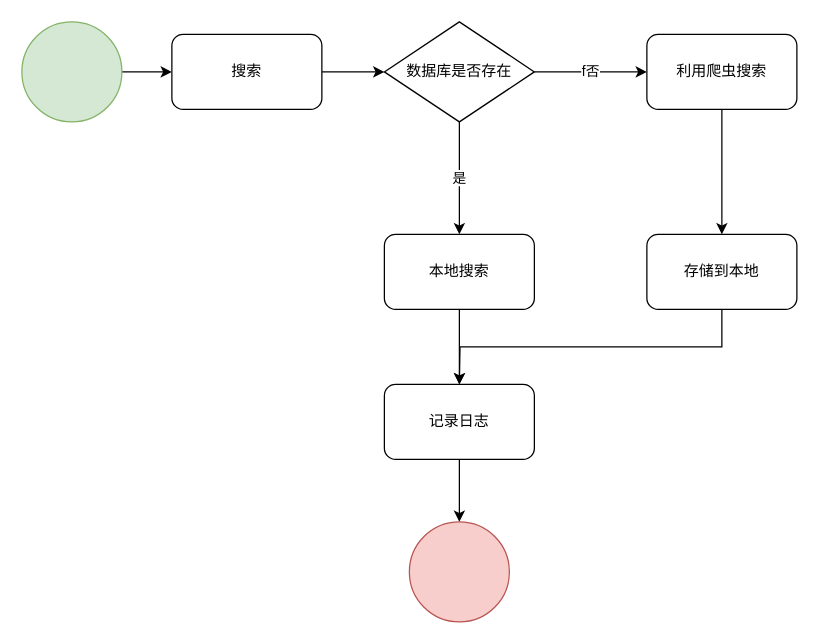
Above: 垃圾分类.drawio in redcomet88/DRAW (draw.io), before the change. Source tidied: cells renumbered, new cells numbered last; positions are measured from the earlier drawing's top-left corner, leaving out a move shared by most shapes. Both pictures are drawn from the tidied source at 125%, with x=0, y=0 at pixel (21, 21).
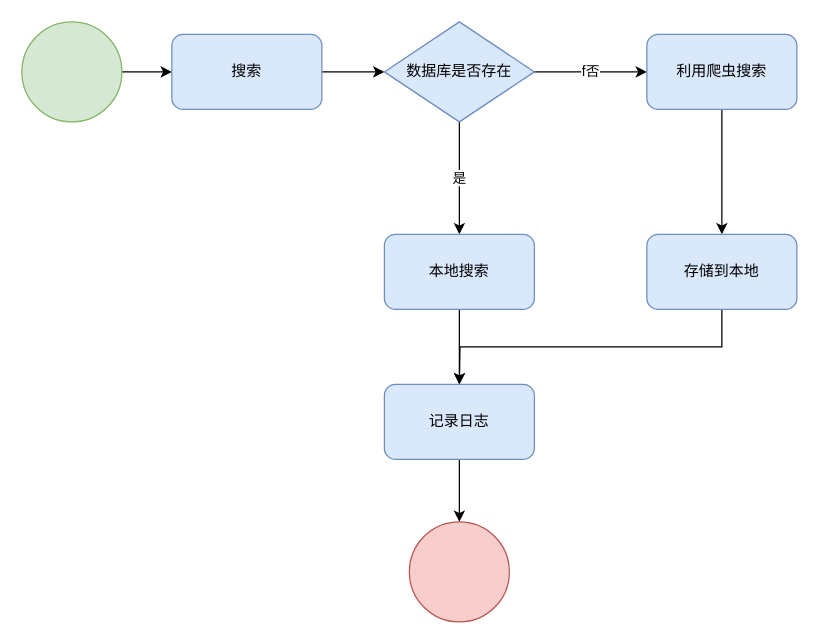
Above is the later version.

Diff of the diagram source:
```diff
@@
 <mxGraphModel>
   <root>
     <mxCell id="0" />
     <mxCell id="1" parent="0" />
     <mxCell id="2" style="edgeStyle=orthogonalEdgeStyle;rounded=0;jettySize=auto;html=1;" parent="1" edge="1" source="3" target="6">
       <mxGeometry relative="1" as="geometry" />
     </mxCell>
-    <mxCell id="3" value="搜索" style="rounded=1;whiteSpace=wrap;html=1;" parent="1" vertex="1">
+    <mxCell id="3" value="搜索" style="rounded=1;whiteSpace=wrap;html=1;fillColor=#dae8fc;strokeColor=#6c8ebf;" parent="1" vertex="1">
       <mxGeometry x="120" y="10" width="120" height="60" as="geometry" />
     </mxCell>
     <mxCell id="4" value="是" style="edgeStyle=orthogonalEdgeStyle;rounded=0;jettySize=auto;html=1;" parent="1" edge="1" source="6" target="8">
       <mxGeometry relative="1" as="geometry" />
     </mxCell>
     <mxCell id="5" value="f否" style="edgeStyle=orthogonalEdgeStyle;rounded=0;jettySize=auto;html=1;exitX=1;exitY=0.5;exitDx=0;exitDy=0;" parent="1" edge="1" source="6" target="10">
       <mxGeometry relative="1" as="geometry" />
     </mxCell>
-    <mxCell id="6" value="数据库是否存在" style="rhombus;whiteSpace=wrap;html=1;" parent="1" vertex="1">
+    <mxCell id="6" value="数据库是否存在" style="rhombus;whiteSpace=wrap;html=1;fillColor=#dae8fc;strokeColor=#6c8ebf;" parent="1" vertex="1">
       <mxGeometry x="290" width="120" height="80" as="geometry" />
     </mxCell>
     <mxCell id="7" style="edgeStyle=orthogonalEdgeStyle;rounded=0;jettySize=auto;html=1;" parent="1" edge="1" source="8" target="12">
       <mxGeometry relative="1" as="geometry" />
     </mxCell>
-    <mxCell id="8" value="本地搜索" style="rounded=1;whiteSpace=wrap;html=1;" parent="1" vertex="1">
+    <mxCell id="8" value="本地搜索" style="rounded=1;whiteSpace=wrap;html=1;fillColor=#dae8fc;strokeColor=#6c8ebf;" parent="1" vertex="1">
       <mxGeometry x="290" y="170" width="120" height="60" as="geometry" />
     </mxCell>
     <mxCell id="9" style="edgeStyle=orthogonalEdgeStyle;rounded=0;jettySize=auto;html=1;exitX=0.5;exitY=1;exitDx=0;exitDy=0;entryX=0.5;entryY=0;entryDx=0;entryDy=0;" parent="1" edge="1" source="10" target="16">
       <mxGeometry relative="1" as="geometry" />
     </mxCell>
-    <mxCell id="10" value="利用爬虫搜索" style="rounded=1;whiteSpace=wrap;html=1;" parent="1" vertex="1">
+    <mxCell id="10" value="利用爬虫搜索" style="rounded=1;whiteSpace=wrap;html=1;fillColor=#dae8fc;strokeColor=#6c8ebf;" parent="1" vertex="1">
       <mxGeometry x="500" y="10" width="120" height="60" as="geometry" />
     </mxCell>
     <mxCell id="11" style="edgeStyle=orthogonalEdgeStyle;rounded=0;jettySize=auto;html=1;" parent="1" edge="1" source="12" target="17">
       <mxGeometry relative="1" as="geometry" />
     </mxCell>
-    <mxCell id="12" value="记录日志" style="rounded=1;whiteSpace=wrap;html=1;" parent="1" vertex="1">
+    <mxCell id="12" value="记录日志" style="rounded=1;whiteSpace=wrap;html=1;fillColor=#dae8fc;strokeColor=#6c8ebf;" parent="1" vertex="1">
       <mxGeometry x="290" y="290" width="120" height="60" as="geometry" />
     </mxCell>
     <mxCell id="13" style="edgeStyle=orthogonalEdgeStyle;rounded=0;jettySize=auto;html=1;" parent="1" edge="1" source="14" target="3">
       <mxGeometry relative="1" as="geometry" />
     </mxCell>
     <mxCell id="14" style="ellipse;whiteSpace=wrap;html=1;fillColor=#d5e8d4;strokeColor=#82b366;" parent="1" vertex="1">
       <mxGeometry width="80" height="80" as="geometry" />
     </mxCell>
     <mxCell id="15" style="edgeStyle=orthogonalEdgeStyle;rounded=0;jettySize=auto;html=1;exitX=0.5;exitY=1;exitDx=0;exitDy=0;" parent="1" edge="1" source="16">
       <mxGeometry relative="1" as="geometry">
         <mxPoint x="350" y="290" as="targetPoint" />
       </mxGeometry>
     </mxCell>
-    <mxCell id="16" value="存储到本地" style="rounded=1;whiteSpace=wrap;html=1;" parent="1" vertex="1">
+    <mxCell id="16" value="存储到本地" style="rounded=1;whiteSpace=wrap;html=1;fillColor=#dae8fc;strokeColor=#6c8ebf;" parent="1" vertex="1">
       <mxGeometry x="500" y="170" width="120" height="60" as="geometry" />
     </mxCell>
     <mxCell id="17" style="ellipse;whiteSpace=wrap;html=1;fillColor=#f8cecc;strokeColor=#b85450;" parent="1" vertex="1">
       <mxGeometry x="310" y="400" width="80" height="80" as="geometry" />
     </mxCell>
   </root>
 </mxGraphModel>
```
